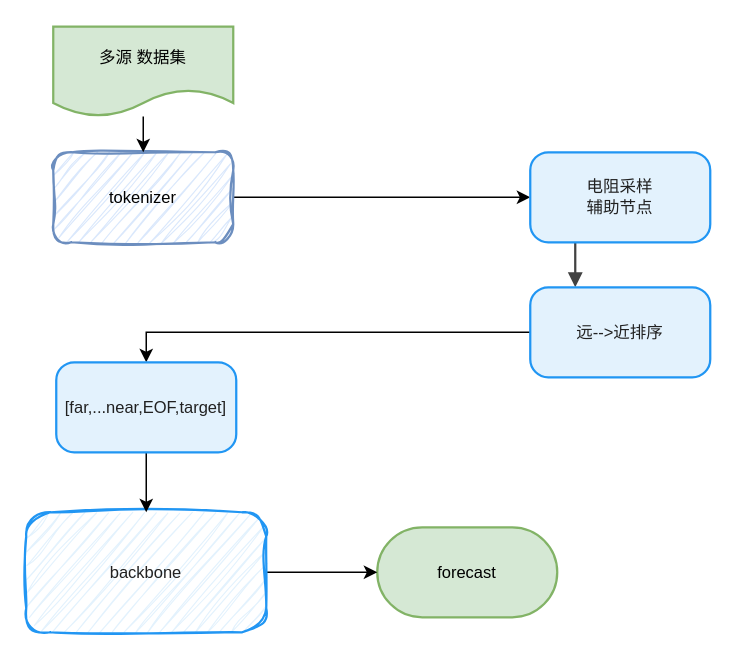
hyperv0id/Pictures keeps this draw.io diagram as page "第 3 页" (3 of 4) of drawio/lcstm.drawio. Above is the earlier version. Source tidied: cells renumbered, new cells numbered last; positions are measured from the earlier drawing's top-left corner, leaving out a move shared by most shapes. Both pictures are drawn from the tidied source at 150%, with x=0, y=0 at pixel (26, 26).
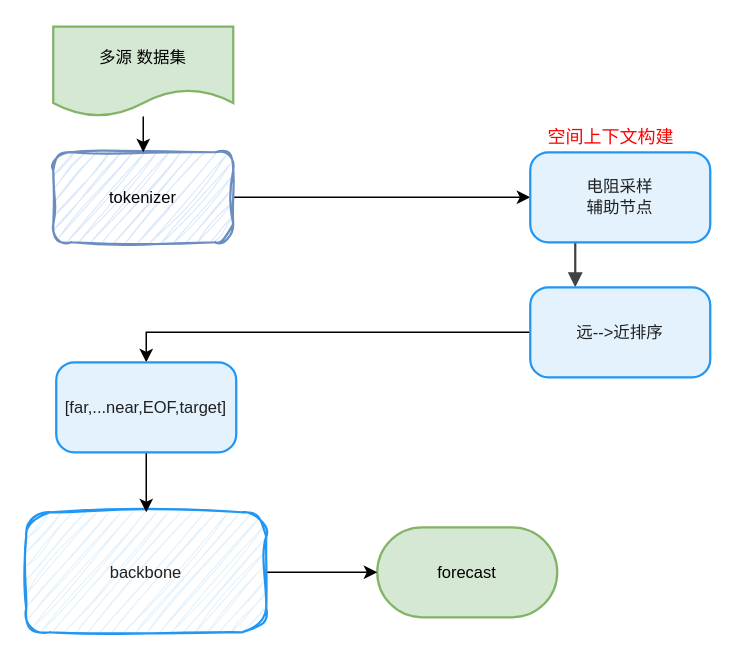
The same diagram, later.

What changed in the source:
```diff
@@
 <mxGraphModel>
   <root>
     <mxCell id="0" />
     <mxCell id="1" parent="0" />
     <mxCell id="2" style="edgeStyle=orthogonalEdgeStyle;rounded=0;jettySize=auto;html=1;strokeColor=#424242;strokeWidth=1.5;endArrow=block;endFill=1;exitX=0.25;exitY=1;exitDx=0;exitDy=0;entryX=0.25;entryY=0;entryDx=0;entryDy=0;jumpStyle=arc;jumpSize=8;" parent="1" edge="1" source="10" target="12">
       <mxGeometry relative="1" as="geometry" />
     </mxCell>
     <mxCell id="3" value="forecast" style="rounded=1;arcSize=50;html=1;whiteSpace=wrap;fillColor=#d5e8d4;strokeColor=#82b366;strokeWidth=1.5;fontSize=11;fontFamily=Arial, Helvetica, sans-serif;verticalAlign=middle;align=center;" parent="1" vertex="1">
       <mxGeometry x="234" y="334" width="120" height="60" as="geometry" />
     </mxCell>
     <mxCell id="4" style="edgeStyle=orthogonalEdgeStyle;rounded=0;jettySize=auto;html=1;exitX=1;exitY=0.5;exitDx=0;exitDy=0;entryX=0;entryY=0.5;entryDx=0;entryDy=0;" parent="1" edge="1" source="5" target="10">
       <mxGeometry relative="1" as="geometry" />
     </mxCell>
     <mxCell id="5" value="tokenizer" style="rounded=1;arcSize=20;html=1;whiteSpace=wrap;fillColor=#dae8fc;strokeColor=#6c8ebf;strokeWidth=1.5;fontSize=11;fontFamily=Arial, Helvetica, sans-serif;verticalAlign=middle;align=center;glass=0;shadow=0;sketch=1;curveFitting=1;jiggle=2;" parent="1" vertex="1">
       <mxGeometry x="18" y="84" width="120" height="60" as="geometry" />
     </mxCell>
     <mxCell id="6" style="edgeStyle=orthogonalEdgeStyle;rounded=0;jettySize=auto;html=1;exitX=1;exitY=0.5;exitDx=0;exitDy=0;entryX=0;entryY=0.5;entryDx=0;entryDy=0;" parent="1" edge="1" source="7" target="3">
       <mxGeometry relative="1" as="geometry" />
     </mxCell>
     <mxCell id="7" value="backbone" style="rounded=1;arcSize=20;html=1;whiteSpace=wrap;fillColor=#E3F2FD;strokeColor=#2196F3;strokeWidth=1.5;fontColor=#212121;fontSize=11;fontFamily=Arial, Helvetica, sans-serif;verticalAlign=middle;align=center;sketch=1;curveFitting=1;jiggle=2;" parent="1" vertex="1">
       <mxGeometry y="324" width="160" height="80" as="geometry" />
     </mxCell>
     <mxCell id="8" style="edgeStyle=orthogonalEdgeStyle;rounded=0;jettySize=auto;html=1;entryX=0.5;entryY=0;entryDx=0;entryDy=0;" parent="1" edge="1" source="9" target="5">
       <mxGeometry relative="1" as="geometry" />
     </mxCell>
     <mxCell id="9" value="多源 数据集" style="shape=document;boundedLbl=1;html=1;whiteSpace=wrap;fillColor=#d5e8d4;strokeColor=#82b366;strokeWidth=1.5;fontSize=11;fontFamily=Arial, Helvetica, sans-serif;verticalAlign=middle;align=center;" parent="1" vertex="1">
       <mxGeometry x="18" y="0.2" width="120" height="60" as="geometry" />
     </mxCell>
     <mxCell id="10" value="&lt;div&gt;电阻采样&lt;/div&gt;辅助节点" style="rounded=1;arcSize=20;html=1;whiteSpace=wrap;fillColor=#E3F2FD;strokeColor=#2196F3;strokeWidth=1.5;fontColor=#212121;fontSize=11;fontFamily=Arial, Helvetica, sans-serif;verticalAlign=middle;align=center;" parent="1" vertex="1">
       <mxGeometry x="336" y="84" width="120" height="60" as="geometry" />
     </mxCell>
     <mxCell id="11" style="edgeStyle=orthogonalEdgeStyle;rounded=0;jettySize=auto;html=1;entryX=0.5;entryY=0;entryDx=0;entryDy=0;" parent="1" edge="1" source="12" target="14">
       <mxGeometry relative="1" as="geometry" />
     </mxCell>
     <mxCell id="12" value="远--&amp;gt;近排序" style="rounded=1;arcSize=20;html=1;whiteSpace=wrap;fillColor=#E3F2FD;strokeColor=#2196F3;strokeWidth=1.5;fontColor=#212121;fontSize=11;fontFamily=Arial, Helvetica, sans-serif;verticalAlign=middle;align=center;" parent="1" vertex="1">
       <mxGeometry x="336" y="174" width="120" height="60" as="geometry" />
     </mxCell>
     <mxCell id="13" style="edgeStyle=orthogonalEdgeStyle;rounded=0;jettySize=auto;html=1;exitX=0.5;exitY=1;exitDx=0;exitDy=0;entryX=0.5;entryY=0;entryDx=0;entryDy=0;" parent="1" edge="1" source="14" target="7">
       <mxGeometry relative="1" as="geometry" />
     </mxCell>
     <mxCell id="14" value="[far,...near,EOF,target]" style="rounded=1;arcSize=20;html=1;whiteSpace=wrap;fillColor=#E3F2FD;strokeColor=#2196F3;strokeWidth=1.5;fontColor=#212121;fontSize=11;fontFamily=Arial, Helvetica, sans-serif;verticalAlign=middle;align=center;" parent="1" vertex="1">
       <mxGeometry x="20" y="224" width="120" height="60" as="geometry" />
     </mxCell>
+    <mxCell id="15" value="空间上下文构建" style="text;whiteSpace=wrap;html=1;fontColor=#FF0000;" parent="1" vertex="1">
+      <mxGeometry x="346" y="60.2" width="90" height="23.8" as="geometry" />
+    </mxCell>
   </root>
 </mxGraphModel>
```
